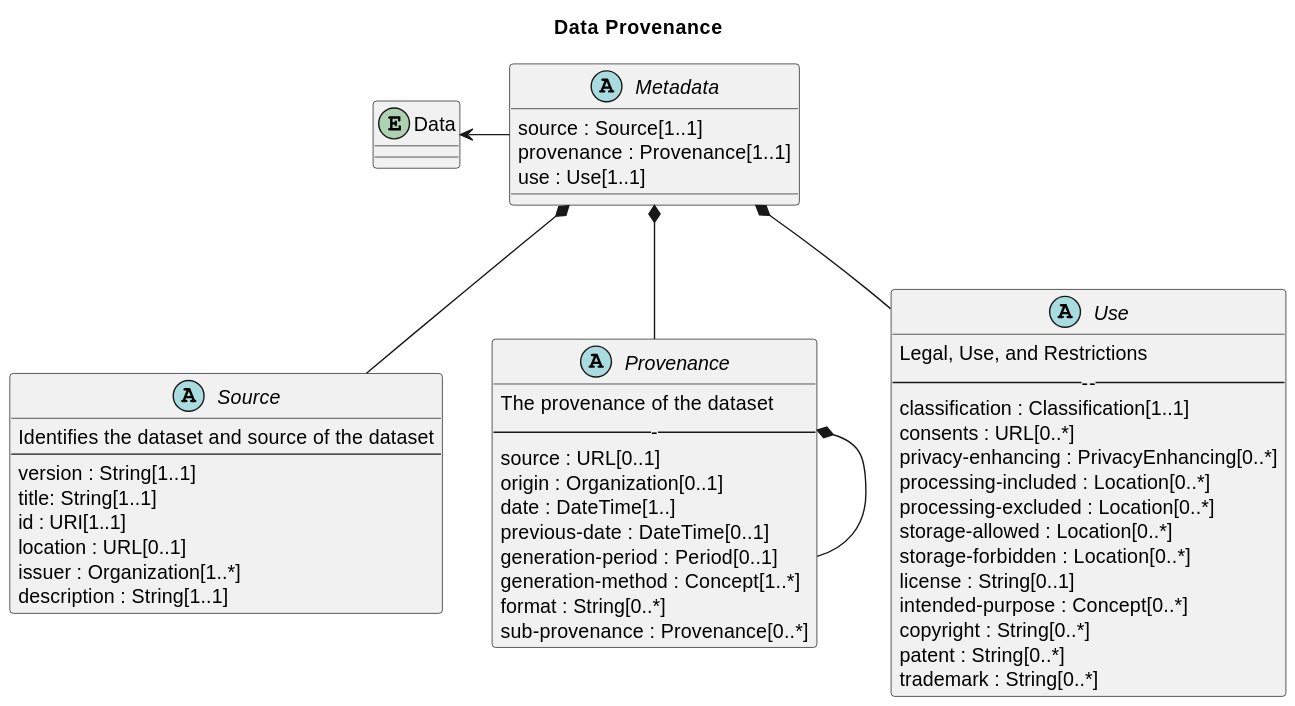
Earlier version of the PlantUML export out/ImageSource/metadata/metadata.svg (Data-and-Trust-Alliance/DPS).
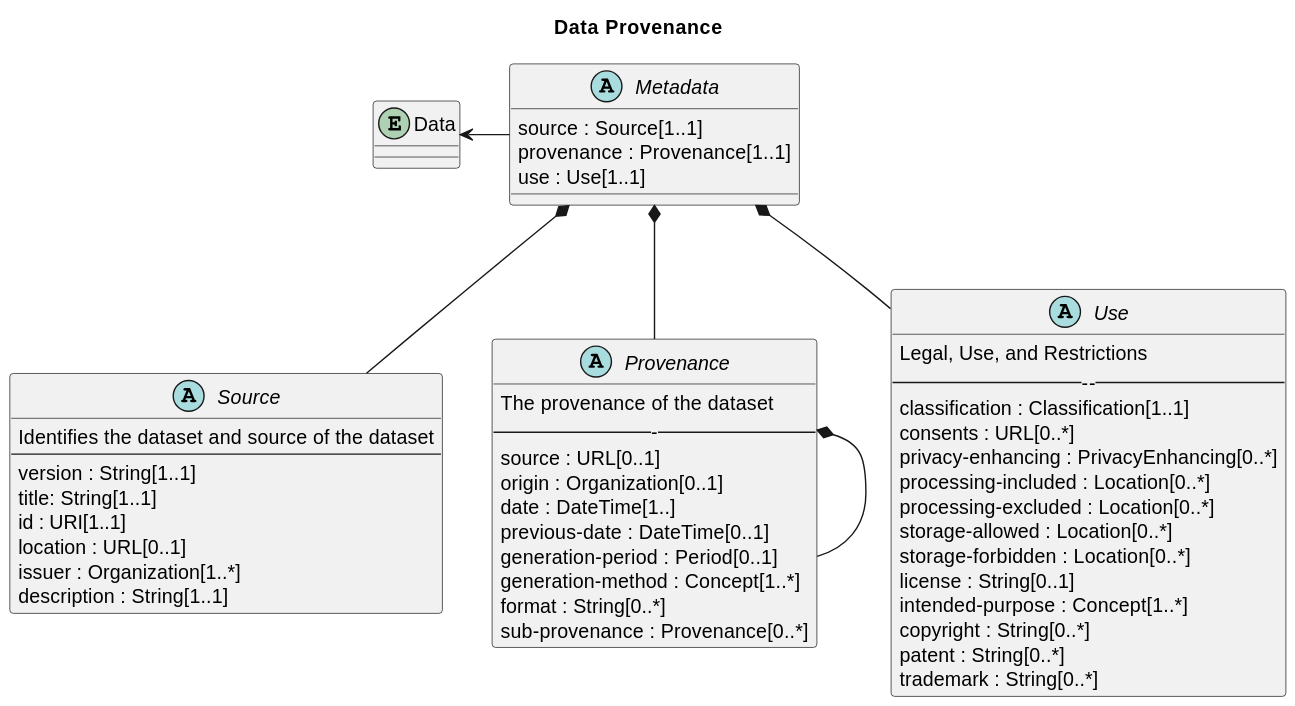
The same file after the commit.

Commit message:
changed intended data use cardinality to required

What changed in the source:
```diff
@@ -51,7 +51,7 @@
     storage-allowed : Location[0..*]
     storage-forbidden : Location[0..*]
     license : String[0..1]
-    intended-purpose : Concept[0..*]
+    intended-purpose : Concept[1..*]
     copyright : String[0..*]
     patent : String[0..*]
     trademark : String[0..*]
```
